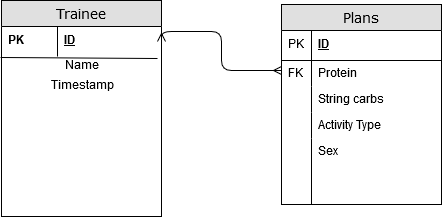
Before: docs/erd.png, a diagram exported from draw.io (justinbdom/macros-calculator). Source tidied: cells renumbered, new cells last; positions are measured from the earlier drawing's top-left corner, leaving out a move shared by most shapes.
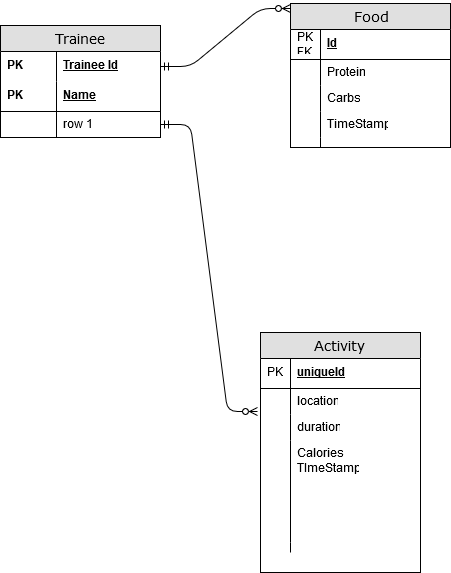
The same diagram one commit later.

Diff of the diagram source:
```diff
@@ -3,63 +3,99 @@
     <mxCell id="0" />
     <mxCell id="1" parent="0" />
     <mxCell id="2" value="Trainee" style="swimlane;html=1;fontStyle=0;horizontal=1;startSize=26;fillColor=#e0e0e0;swimlaneFillColor=#ffffff;align=center;rounded=0;shadow=0;comic=0;labelBackgroundColor=none;strokeColor=#000000;strokeWidth=1;fontFamily=Verdana;fontSize=14;fontColor=#000000;" parent="1" vertex="1">
-      <mxGeometry width="160" height="216" as="geometry" />
+      <mxGeometry x="-270" y="-107" width="160" height="112" as="geometry" />
     </mxCell>
-    <mxCell id="3" value="ID" style="shape=partialRectangle;top=0;left=0;right=0;bottom=0;html=1;align=left;verticalAlign=middle;fillColor=none;spacingLeft=60;spacingRight=4;whiteSpace=wrap;overflow=hidden;points=[[0,0.5],[1,0.5]];portConstraint=eastwest;fontStyle=5;" parent="2" vertex="1">
+    <mxCell id="3" value="Trainee Id" style="shape=partialRectangle;top=0;left=0;right=0;bottom=0;html=1;align=left;verticalAlign=middle;fillColor=none;spacingLeft=60;spacingRight=4;whiteSpace=wrap;overflow=hidden;points=[[0,0.5],[1,0.5]];portConstraint=eastwest;fontStyle=5;" parent="2" vertex="1">
       <mxGeometry y="26" width="160" height="30" as="geometry" />
     </mxCell>
     <mxCell id="4" value="PK" style="shape=partialRectangle;fontStyle=1;top=0;left=0;bottom=0;html=1;fillColor=none;align=left;verticalAlign=middle;spacingLeft=4;spacingRight=4;whiteSpace=wrap;overflow=hidden;" parent="3" vertex="1">
       <mxGeometry width="56" height="30" as="geometry" />
     </mxCell>
-    <mxCell id="5" style="endArrow=none;html=1;entryX=0.975;entryY=1.067;entryDx=0;entryDy=0;entryPerimeter=0;exitX=-0.006;exitY=1.033;exitDx=0;exitDy=0;exitPerimeter=0;" parent="2" edge="1" source="3" target="3">
-      <mxGeometry relative="1" as="geometry" />
-    </mxCell>
-    <mxCell id="6" value="Name" style="text;html=1;strokeColor=none;fillColor=none;align=center;verticalAlign=middle;whiteSpace=wrap;rounded=0;" parent="2" vertex="1">
-      <mxGeometry y="56" width="160" height="20" as="geometry" />
+    <mxCell id="6" value="Name" style="shape=partialRectangle;top=0;left=0;right=0;bottom=1;html=1;align=left;verticalAlign=middle;fillColor=none;spacingLeft=60;spacingRight=4;whiteSpace=wrap;overflow=hidden;fontStyle=5;" parent="2" vertex="1">
+      <mxGeometry y="56" width="160" height="30" as="geometry" />
     </mxCell>
-    <mxCell id="7" value="Timestamp" style="text;html=1;strokeColor=none;fillColor=none;align=center;verticalAlign=middle;whiteSpace=wrap;rounded=0;" parent="2" vertex="1">
-      <mxGeometry y="76" width="160" height="20" as="geometry" />
-    </mxCell>
+    <mxCell id="20" value="PK" style="shape=partialRectangle;fontStyle=1;top=0;left=0;bottom=0;html=1;fillColor=none;align=left;verticalAlign=middle;spacingLeft=4;spacingRight=4;whiteSpace=wrap;overflow=hidden;" parent="6" vertex="1">
+      <mxGeometry width="56" height="30" as="geometry" />
+    </mxCell>
+    <mxCell id="21" value="row 1" style="shape=partialRectangle;top=0;left=0;right=0;bottom=0;html=1;align=left;verticalAlign=top;fillColor=none;spacingLeft=60;spacingRight=4;whiteSpace=wrap;overflow=hidden;points=[[0,0.5],[1,0.5]];portConstraint=eastwest;" parent="2" vertex="1">
+      <mxGeometry y="86" width="160" height="26" as="geometry" />
+    </mxCell>
+    <mxCell id="22" style="shape=partialRectangle;top=0;left=0;bottom=0;html=1;fillColor=none;align=left;verticalAlign=top;spacingLeft=4;spacingRight=4;whiteSpace=wrap;overflow=hidden;" parent="21" vertex="1">
+      <mxGeometry width="56" height="26" as="geometry" />
+    </mxCell>
-    <mxCell id="8" value="Plans" style="swimlane;html=1;fontStyle=0;horizontal=1;startSize=26;fillColor=#e0e0e0;swimlaneFillColor=#ffffff;align=center;rounded=0;shadow=0;comic=0;labelBackgroundColor=none;strokeColor=#000000;strokeWidth=1;fontFamily=Verdana;fontSize=14;fontColor=#000000;swimlaneLine=1;" parent="1" vertex="1">
-      <mxGeometry x="280" y="4" width="160" height="200" as="geometry" />
+    <mxCell id="8" value="Food" style="swimlane;html=1;fontStyle=0;horizontal=1;startSize=26;fillColor=#e0e0e0;swimlaneFillColor=#ffffff;align=center;rounded=0;shadow=0;comic=0;labelBackgroundColor=none;strokeColor=#000000;strokeWidth=1;fontFamily=Verdana;fontSize=14;fontColor=#000000;swimlaneLine=1;" parent="1" vertex="1">
+      <mxGeometry x="20" y="-129" width="160" height="144" as="geometry" />
     </mxCell>
-    <mxCell id="9" value="ID" style="shape=partialRectangle;top=0;left=0;right=0;bottom=1;html=1;align=left;verticalAlign=middle;fillColor=none;spacingLeft=34;spacingRight=4;whiteSpace=wrap;overflow=hidden;fontStyle=5;" parent="8" vertex="1">
+    <mxCell id="9" value="Id" style="shape=partialRectangle;top=0;left=0;right=0;bottom=1;html=1;align=left;verticalAlign=middle;fillColor=none;spacingLeft=34;spacingRight=4;whiteSpace=wrap;overflow=hidden;fontStyle=5;" parent="8" vertex="1">
       <mxGeometry y="26" width="160" height="30" as="geometry" />
     </mxCell>
-    <mxCell id="10" value="PK," style="shape=partialRectangle;top=0;left=0;bottom=0;html=1;fillColor=none;align=left;verticalAlign=middle;spacingLeft=4;spacingRight=4;whiteSpace=wrap;overflow=hidden;" parent="9" vertex="1">
+    <mxCell id="10" value="PK FK" style="shape=partialRectangle;top=0;left=0;bottom=0;html=1;fillColor=none;align=left;verticalAlign=middle;spacingLeft=4;spacingRight=4;whiteSpace=wrap;overflow=hidden;" parent="9" vertex="1">
       <mxGeometry width="30" height="30" as="geometry" />
     </mxCell>
     <mxCell id="11" value="Protein" style="shape=partialRectangle;top=0;left=0;right=0;bottom=0;html=1;align=left;verticalAlign=top;fillColor=none;spacingLeft=34;spacingRight=4;whiteSpace=wrap;overflow=hidden;points=[[0,0.5],[1,0.5]];portConstraint=eastwest;" parent="8" vertex="1">
       <mxGeometry y="56" width="160" height="26" as="geometry" />
     </mxCell>
-    <mxCell id="12" value="FK" style="shape=partialRectangle;top=0;left=0;bottom=0;html=1;fillColor=none;align=left;verticalAlign=top;spacingLeft=4;spacingRight=4;whiteSpace=wrap;overflow=hidden;" parent="11" vertex="1">
+    <mxCell id="12" style="shape=partialRectangle;top=0;left=0;bottom=0;html=1;fillColor=none;align=left;verticalAlign=top;spacingLeft=4;spacingRight=4;whiteSpace=wrap;overflow=hidden;" parent="11" vertex="1">
       <mxGeometry width="30" height="26" as="geometry" />
     </mxCell>
-    <mxCell id="13" value="String carbs" style="shape=partialRectangle;top=0;left=0;right=0;bottom=0;html=1;align=left;verticalAlign=top;fillColor=none;spacingLeft=34;spacingRight=4;whiteSpace=wrap;overflow=hidden;" parent="8" vertex="1">
+    <mxCell id="13" value="Carbs" style="shape=partialRectangle;top=0;left=0;right=0;bottom=0;html=1;align=left;verticalAlign=top;fillColor=none;spacingLeft=34;spacingRight=4;whiteSpace=wrap;overflow=hidden;" parent="8" vertex="1">
       <mxGeometry y="82" width="160" height="26" as="geometry" />
     </mxCell>
     <mxCell id="14" style="shape=partialRectangle;top=0;left=0;bottom=0;html=1;fillColor=none;align=left;verticalAlign=top;spacingLeft=4;spacingRight=4;whiteSpace=wrap;overflow=hidden;" parent="13" vertex="1">
       <mxGeometry width="30" height="26" as="geometry" />
     </mxCell>
-    <mxCell id="15" value="Activity Type " style="shape=partialRectangle;top=0;left=0;right=0;bottom=0;html=1;align=left;verticalAlign=top;fillColor=none;spacingLeft=34;spacingRight=4;whiteSpace=wrap;overflow=hidden;" parent="8" vertex="1">
+    <mxCell id="15" value="TimeStamp" style="shape=partialRectangle;top=0;left=0;right=0;bottom=0;html=1;align=left;verticalAlign=top;fillColor=none;spacingLeft=34;spacingRight=4;whiteSpace=wrap;overflow=hidden;" parent="8" vertex="1">
       <mxGeometry y="108" width="160" height="26" as="geometry" />
     </mxCell>
     <mxCell id="16" style="shape=partialRectangle;top=0;left=0;bottom=0;html=1;fillColor=none;align=left;verticalAlign=top;spacingLeft=4;spacingRight=4;whiteSpace=wrap;overflow=hidden;" parent="15" vertex="1">
       <mxGeometry width="30" height="26" as="geometry" />
     </mxCell>
-    <mxCell id="17" value="Sex" style="shape=partialRectangle;top=0;left=0;right=0;bottom=0;html=1;align=left;verticalAlign=top;fillColor=none;spacingLeft=34;spacingRight=4;whiteSpace=wrap;overflow=hidden;" parent="8" vertex="1">
-      <mxGeometry y="134" width="160" height="66" as="geometry" />
+    <mxCell id="17" style="shape=partialRectangle;top=0;left=0;right=0;bottom=0;html=1;align=left;verticalAlign=top;fillColor=none;spacingLeft=34;spacingRight=4;whiteSpace=wrap;overflow=hidden;" parent="8" vertex="1">
+      <mxGeometry y="134" width="160" height="10" as="geometry" />
     </mxCell>
     <mxCell id="18" style="shape=partialRectangle;top=0;left=0;bottom=0;html=1;fillColor=none;align=left;verticalAlign=top;spacingLeft=4;spacingRight=4;whiteSpace=wrap;overflow=hidden;" parent="17" vertex="1">
-      <mxGeometry width="30" height="66" as="geometry" />
+      <mxGeometry width="30" height="10" as="geometry" />
     </mxCell>
-    <mxCell id="19" style="edgeStyle=orthogonalEdgeStyle;html=1;endArrow=ERmany;startArrow=ERmany;labelBackgroundColor=none;fontFamily=Verdana;fontSize=14;entryX=1;entryY=0.5;exitX=0;exitY=0.383;exitPerimeter=0;" parent="1" edge="1" source="11" target="3">
-      <mxGeometry relative="1" as="geometry">
-        <Array as="points">
-          <mxPoint x="220" y="70" />
-          <mxPoint x="220" y="31" />
-        </Array>
-      </mxGeometry>
-    </mxCell>
+    <mxCell id="23" value="Activity" style="swimlane;html=1;fontStyle=0;horizontal=1;startSize=26;fillColor=#e0e0e0;swimlaneFillColor=#ffffff;align=center;rounded=0;shadow=0;comic=0;labelBackgroundColor=none;strokeColor=#000000;strokeWidth=1;fontFamily=Verdana;fontSize=14;fontColor=#000000;" parent="1" vertex="1">
+      <mxGeometry x="-10" y="200" width="160" height="240" as="geometry" />
+    </mxCell>
+    <mxCell id="24" value="uniqueId" style="shape=partialRectangle;top=0;left=0;right=0;bottom=1;html=1;align=left;verticalAlign=middle;fillColor=none;spacingLeft=34;spacingRight=4;whiteSpace=wrap;overflow=hidden;fontStyle=5;" parent="23" vertex="1">
+      <mxGeometry y="26" width="160" height="30" as="geometry" />
+    </mxCell>
+    <mxCell id="25" value="PK" style="shape=partialRectangle;top=0;left=0;bottom=0;html=1;fillColor=none;align=left;verticalAlign=middle;spacingLeft=4;spacingRight=4;whiteSpace=wrap;overflow=hidden;" parent="24" vertex="1">
+      <mxGeometry width="30" height="30" as="geometry" />
+    </mxCell>
+    <mxCell id="26" value="location" style="shape=partialRectangle;top=0;left=0;right=0;bottom=0;html=1;align=left;verticalAlign=top;fillColor=none;spacingLeft=34;spacingRight=4;whiteSpace=wrap;overflow=hidden;" parent="23" vertex="1">
+      <mxGeometry y="56" width="160" height="26" as="geometry" />
+    </mxCell>
+    <mxCell id="27" style="shape=partialRectangle;top=0;left=0;bottom=0;html=1;fillColor=none;align=left;verticalAlign=top;spacingLeft=4;spacingRight=4;whiteSpace=wrap;overflow=hidden;" parent="26" vertex="1">
+      <mxGeometry width="30" height="26" as="geometry" />
+    </mxCell>
+    <mxCell id="28" value="duration" style="shape=partialRectangle;top=0;left=0;right=0;bottom=0;html=1;align=left;verticalAlign=top;fillColor=none;spacingLeft=34;spacingRight=4;whiteSpace=wrap;overflow=hidden;points=[[0,0.5],[1,0.5]];portConstraint=eastwest;" parent="23" vertex="1">
+      <mxGeometry y="82" width="160" height="26" as="geometry" />
+    </mxCell>
+    <mxCell id="29" style="shape=partialRectangle;top=0;left=0;bottom=0;html=1;fillColor=none;align=left;verticalAlign=top;spacingLeft=4;spacingRight=4;whiteSpace=wrap;overflow=hidden;" parent="28" vertex="1">
+      <mxGeometry width="30" height="26" as="geometry" />
+    </mxCell>
+    <mxCell id="30" value="&lt;div&gt;Calories&lt;/div&gt;&lt;div&gt;TImeStamp&lt;br&gt;&lt;/div&gt;" style="shape=partialRectangle;top=0;left=0;right=0;bottom=0;html=1;align=left;verticalAlign=top;fillColor=none;spacingLeft=34;spacingRight=4;whiteSpace=wrap;overflow=hidden;" parent="23" vertex="1">
+      <mxGeometry y="108" width="160" height="102" as="geometry" />
+    </mxCell>
+    <mxCell id="31" style="shape=partialRectangle;top=0;left=0;bottom=0;html=1;fillColor=none;align=left;verticalAlign=top;spacingLeft=4;spacingRight=4;whiteSpace=wrap;overflow=hidden;" parent="30" vertex="1">
+      <mxGeometry width="30" height="102" as="geometry" />
+    </mxCell>
+    <mxCell id="32" style="shape=partialRectangle;top=0;left=0;right=0;bottom=0;html=1;align=left;verticalAlign=top;fillColor=none;spacingLeft=34;spacingRight=4;whiteSpace=wrap;overflow=hidden;" parent="23" vertex="1">
+      <mxGeometry y="210" width="160" height="10" as="geometry" />
+    </mxCell>
+    <mxCell id="33" style="shape=partialRectangle;top=0;left=0;bottom=0;html=1;fillColor=none;align=left;verticalAlign=top;spacingLeft=4;spacingRight=4;whiteSpace=wrap;overflow=hidden;" parent="32" vertex="1">
+      <mxGeometry width="30" height="10" as="geometry" />
+    </mxCell>
+    <mxCell id="34" style="edgeStyle=entityRelationEdgeStyle;fontSize=12;html=1;endArrow=ERzeroToMany;startArrow=ERmandOne;entryX=-0.019;entryY=-0.115;entryDx=0;entryDy=0;entryPerimeter=0;exitX=1;exitY=0.5;exitDx=0;exitDy=0;" parent="1" edge="1" source="21" target="28">
+      <mxGeometry relative="1" as="geometry" />
+    </mxCell>
+    <mxCell id="35" style="edgeStyle=entityRelationEdgeStyle;fontSize=12;html=1;endArrow=ERzeroToMany;startArrow=ERmandOne;exitX=1;exitY=0.5;exitDx=0;exitDy=0;" parent="1" edge="1" source="3">
+      <mxGeometry relative="1" as="geometry">
+        <mxPoint x="20" y="-124" as="targetPoint" />
+      </mxGeometry>
+    </mxCell>
   </root>
 </mxGraphModel>
```
